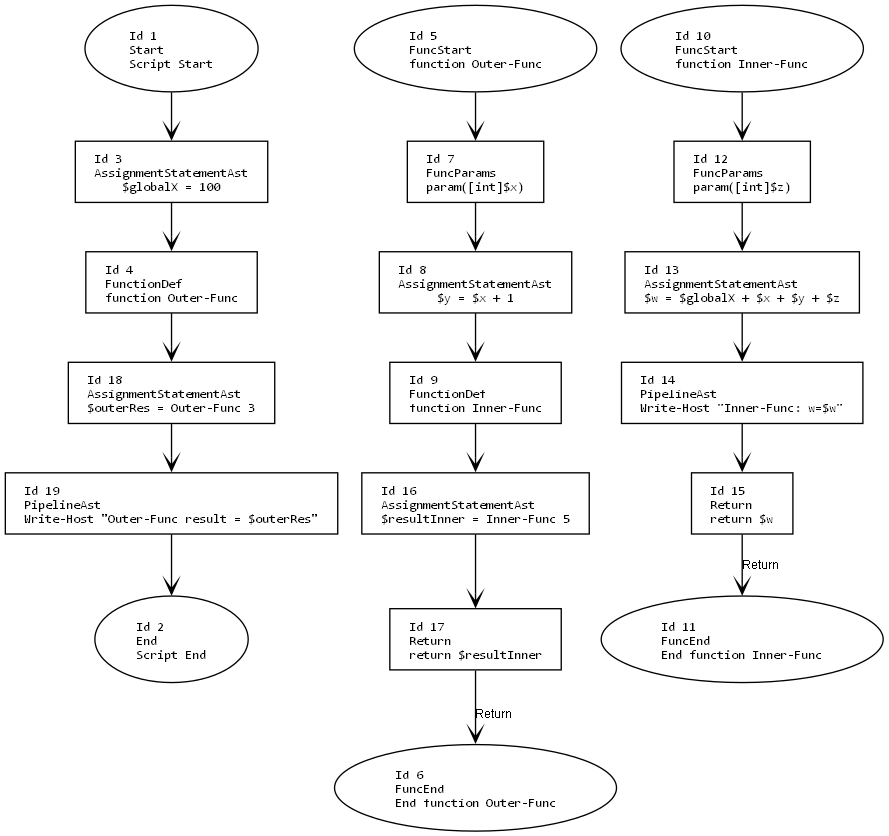
Above: in/in.png in mine41/deob (Graphviz), before the change. Its source is kept beside it as in/in.dot.
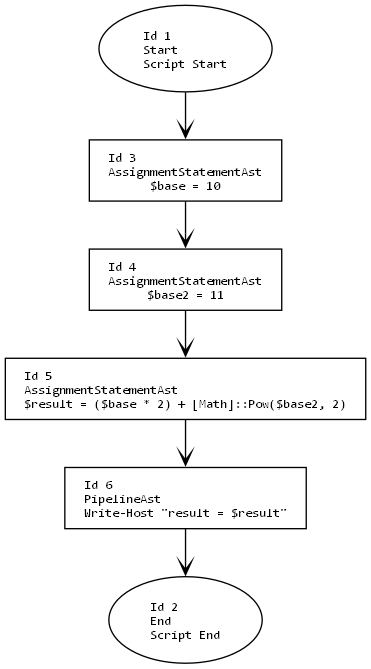
After the commit.

Diff of the diagram source:
```diff
@@ -12,38 +12,14 @@
 
     1 [label="Id 1\lStart\lScript Start", shape=oval];
     2 [label="Id 2\lEnd\lScript End", shape=oval];
-    3 [label="Id 3\lAssignmentStatementAst\l$globalX = 100", shape=box];
-    4 [label="Id 4\lFunctionDef\lfunction Outer-Func", shape=box];
-    5 [label="Id 5\lFuncStart\lfunction Outer-Func", shape=oval];
-    6 [label="Id 6\lFuncEnd\lEnd function Outer-Func", shape=oval];
-    7 [label="Id 7\lFuncParams\lparam([int]$x)", shape=box];
-    8 [label="Id 8\lAssignmentStatementAst\l$y = $x + 1", shape=box];
-    9 [label="Id 9\lFunctionDef\lfunction Inner-Func", shape=box];
-    10 [label="Id 10\lFuncStart\lfunction Inner-Func", shape=oval];
-    11 [label="Id 11\lFuncEnd\lEnd function Inner-Func", shape=oval];
-    12 [label="Id 12\lFuncParams\lparam([int]$z)", shape=box];
-    13 [label="Id 13\lAssignmentStatementAst\l$w = $globalX + $x + $y + $z", shape=box];
-    14 [label="Id 14\lPipelineAst\lWrite-Host \"Inner-Func: w=$w\"", shape=box];
-    15 [label="Id 15\lReturn\lreturn $w", shape=box];
-    16 [label="Id 16\lAssignmentStatementAst\l$resultInner = Inner-Func 5", shape=box];
-    17 [label="Id 17\lReturn\lreturn $resultInner", shape=box];
-    18 [label="Id 18\lAssignmentStatementAst\l$outerRes = Outer-Func 3", shape=box];
-    19 [label="Id 19\lPipelineAst\lWrite-Host \"Outer-Func result = $outerRes\"", shape=box];
+    3 [label="Id 3\lAssignmentStatementAst\l$base = 10", shape=box];
+    4 [label="Id 4\lAssignmentStatementAst\l$base2 = 11", shape=box];
+    5 [label="Id 5\lAssignmentStatementAst\l$result = ($base * 2) + [Math]::Pow($base2, 2)", shape=box];
+    6 [label="Id 6\lPipelineAst\lWrite-Host \"result = $result\"", shape=box];
 
     1 -> 3;
     3 -> 4;
-    5 -> 7;
-    7 -> 8;
-    8 -> 9;
-    10 -> 12;
-    12 -> 13;
-    13 -> 14;
-    14 -> 15;
-    15 -> 11 [label="Return"];
-    9 -> 16;
-    16 -> 17;
-    17 -> 6 [label="Return"];
-    4 -> 18;
-    18 -> 19;
-    19 -> 2;
+    4 -> 5;
+    5 -> 6;
+    6 -> 2;
 }
```
